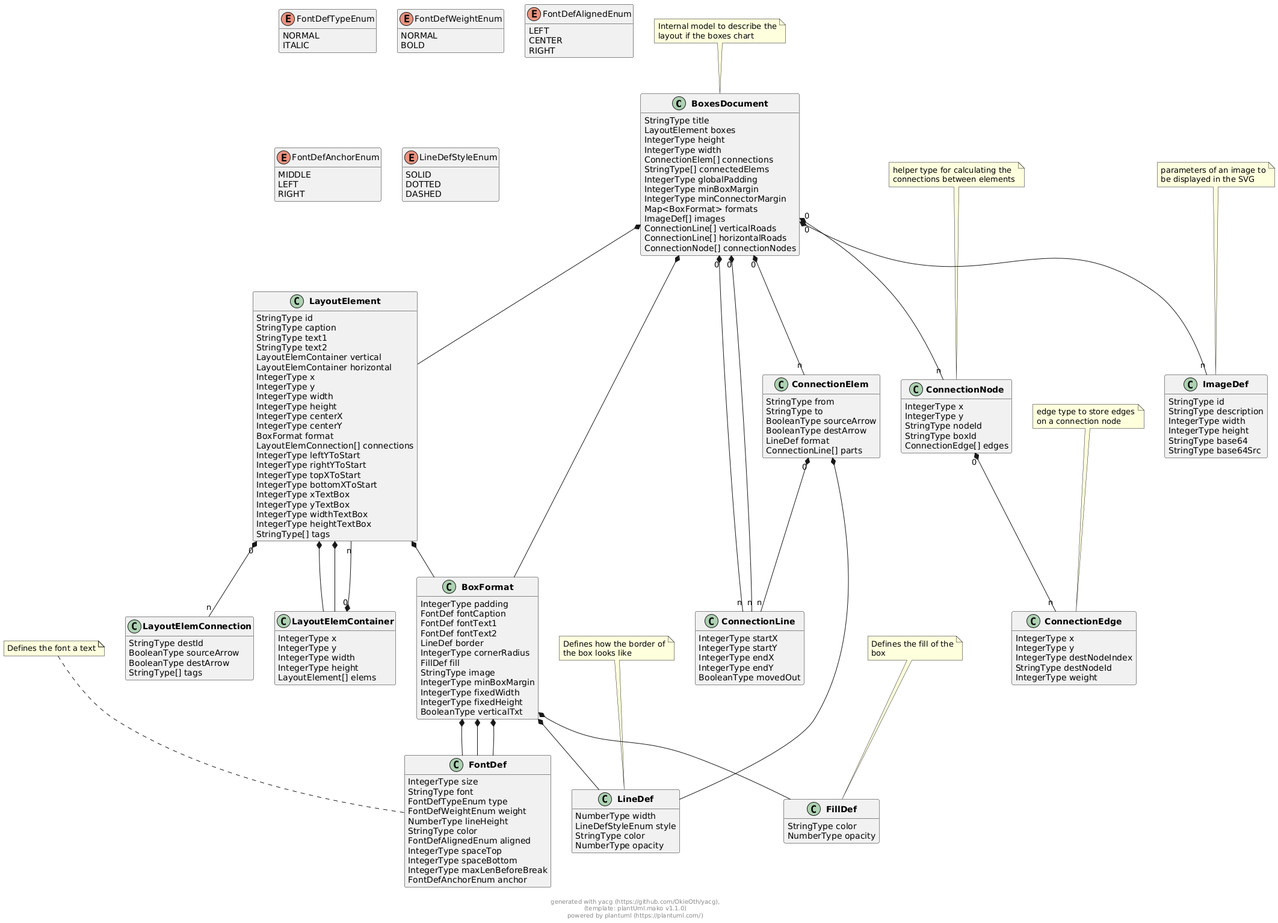
This is docs/models/png/boxes_document.png from OkieOth/draw.chart.things, a PlantUML export, as it was before one commit.
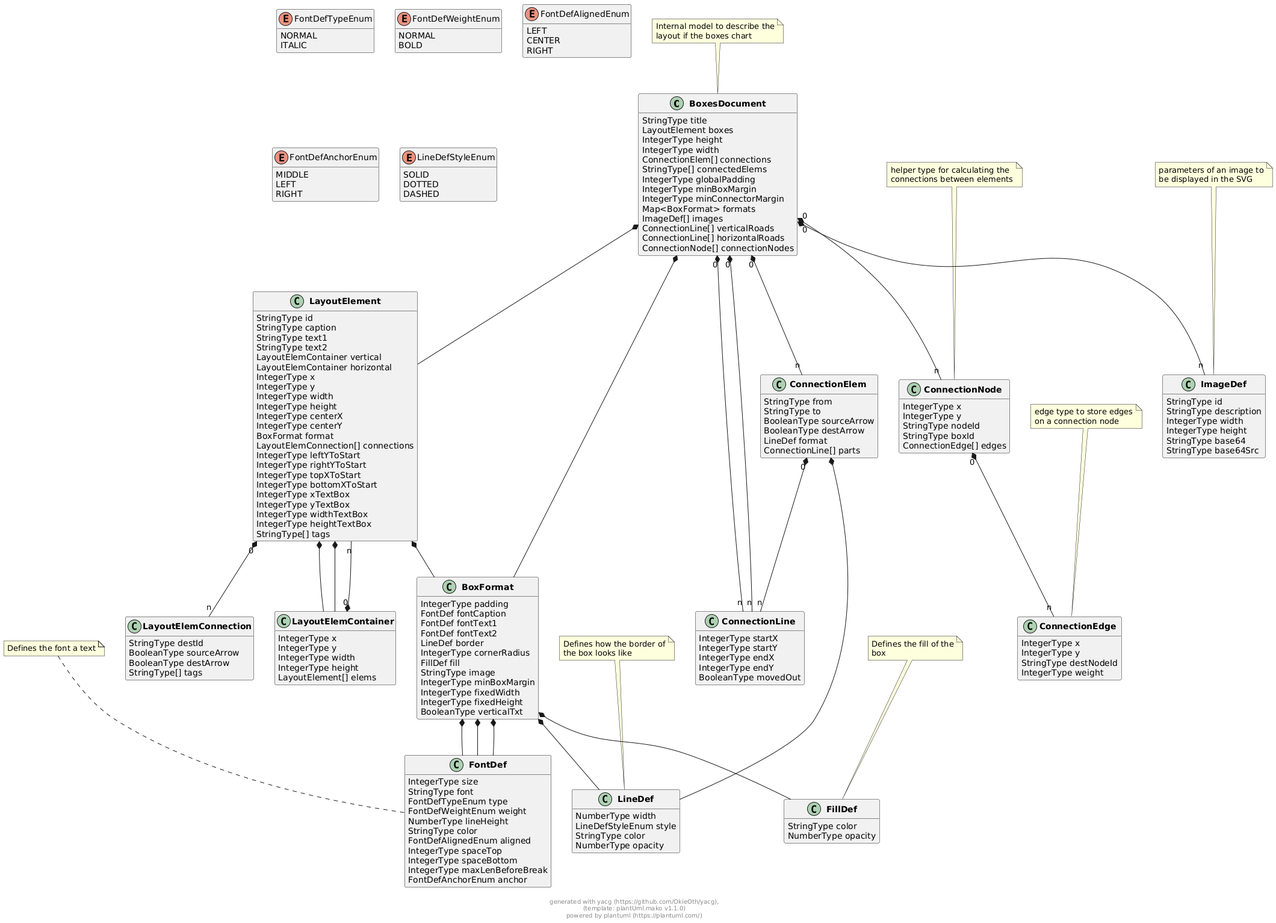
Later version of the same file.

Change to the diagram source:
```diff
@@ -123,7 +123,6 @@
 class "**ConnectionEdge**" as ConnectionEdge {
         IntegerType x
         IntegerType y
-        IntegerType destNodeIndex
         StringType destNodeId
         IntegerType weight
 }
@@ -348,6 +347,5 @@
 
 
 
-
 footer \ngenerated with yacg (https://github.com/OkieOth/yacg),\n(template: plantUml.mako v1.1.0)\npowered by plantuml (https://plantuml.com/)
 @enduml
```
